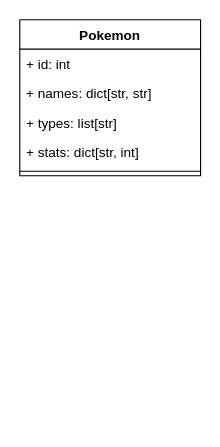
Before: oppgaver/apputvikling/pokemon-app/uml.drawio in ZeroWave022/IT2-23-24, a draw.io diagram. Source tidied: cells renumbered, new cells numbered last; positions are measured from the earlier drawing's top-left corner, leaving out a move shared by most shapes. Both pictures are drawn from the tidied source at 113%, with x=0, y=0 at pixel (19, 19).
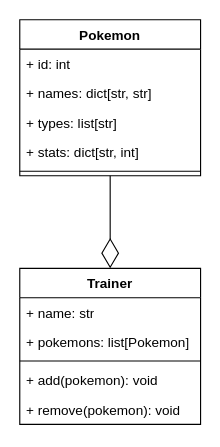
Above is the later version.

Diff of the diagram source:
```diff
@@
 <mxGraphModel>
   <root>
     <mxCell id="0" />
     <mxCell id="1" parent="0" />
     <mxCell id="2" value="Pokemon" style="swimlane;fontStyle=1;align=center;verticalAlign=top;horizontal=1;startSize=26;whiteSpace=wrap;html=1;" parent="1" vertex="1">
       <mxGeometry width="160" height="138" as="geometry" />
     </mxCell>
     <mxCell id="3" value="+ id: int" style="text;strokeColor=none;fillColor=none;align=left;verticalAlign=top;spacingLeft=4;spacingRight=4;overflow=hidden;whiteSpace=wrap;html=1;" parent="2" vertex="1">
       <mxGeometry y="26" width="160" height="26" as="geometry" />
     </mxCell>
     <mxCell id="4" value="+ names: dict[str, str]" style="text;strokeColor=none;fillColor=none;align=left;verticalAlign=top;spacingLeft=4;spacingRight=4;overflow=hidden;whiteSpace=wrap;html=1;" parent="2" vertex="1">
       <mxGeometry y="52" width="160" height="26" as="geometry" />
     </mxCell>
     <mxCell id="5" value="+ types: list[str]" style="text;strokeColor=none;fillColor=none;align=left;verticalAlign=top;spacingLeft=4;spacingRight=4;overflow=hidden;whiteSpace=wrap;html=1;" parent="2" vertex="1">
       <mxGeometry y="78" width="160" height="26" as="geometry" />
     </mxCell>
     <mxCell id="6" value="+ stats: dict[str, int]" style="text;strokeColor=none;fillColor=none;align=left;verticalAlign=top;spacingLeft=4;spacingRight=4;overflow=hidden;whiteSpace=wrap;html=1;" parent="2" vertex="1">
       <mxGeometry y="104" width="160" height="26" as="geometry" />
     </mxCell>
     <mxCell id="7" style="line;strokeWidth=1;fillColor=none;align=left;verticalAlign=middle;spacingTop=-1;spacingLeft=3;spacingRight=3;labelPosition=right;strokeColor=inherit;" parent="2" vertex="1">
       <mxGeometry y="130" width="160" height="8" as="geometry" />
     </mxCell>
+    <mxCell id="8" value="Trainer" style="swimlane;fontStyle=1;align=center;verticalAlign=top;horizontal=1;startSize=26;whiteSpace=wrap;html=1;" parent="1" vertex="1">
+      <mxGeometry y="220" width="160" height="138" as="geometry" />
+    </mxCell>
+    <mxCell id="9" value="+ name: str" style="text;strokeColor=none;fillColor=none;align=left;verticalAlign=top;spacingLeft=4;spacingRight=4;overflow=hidden;whiteSpace=wrap;html=1;" parent="8" vertex="1">
+      <mxGeometry y="26" width="160" height="26" as="geometry" />
+    </mxCell>
+    <mxCell id="10" value="+ pokemons: list[Pokemon]" style="text;strokeColor=none;fillColor=none;align=left;verticalAlign=top;spacingLeft=4;spacingRight=4;overflow=hidden;whiteSpace=wrap;html=1;" parent="8" vertex="1">
+      <mxGeometry y="52" width="160" height="26" as="geometry" />
+    </mxCell>
+    <mxCell id="11" style="line;strokeWidth=1;fillColor=none;align=left;verticalAlign=middle;spacingTop=-1;spacingLeft=3;spacingRight=3;labelPosition=right;strokeColor=inherit;" parent="8" vertex="1">
+      <mxGeometry y="78" width="160" height="8" as="geometry" />
+    </mxCell>
+    <mxCell id="12" value="+ add(pokemon): void" style="text;strokeColor=none;fillColor=none;align=left;verticalAlign=top;spacingLeft=4;spacingRight=4;overflow=hidden;whiteSpace=wrap;html=1;" parent="8" vertex="1">
+      <mxGeometry y="86" width="160" height="26" as="geometry" />
+    </mxCell>
+    <mxCell id="13" value="+ remove(pokemon): void" style="text;strokeColor=none;fillColor=none;align=left;verticalAlign=top;spacingLeft=4;spacingRight=4;overflow=hidden;whiteSpace=wrap;html=1;" parent="8" vertex="1">
+      <mxGeometry y="112" width="160" height="26" as="geometry" />
+    </mxCell>
+    <mxCell id="14" style="endArrow=diamondThin;endFill=0;endSize=24;html=1;rounded=0;entryX=0.5;entryY=0;entryDx=0;entryDy=0;exitX=0.5;exitY=1;exitDx=0;exitDy=0;" parent="1" edge="1" source="2" target="8">
+      <mxGeometry relative="1" as="geometry" />
+    </mxCell>
   </root>
 </mxGraphModel>
```
